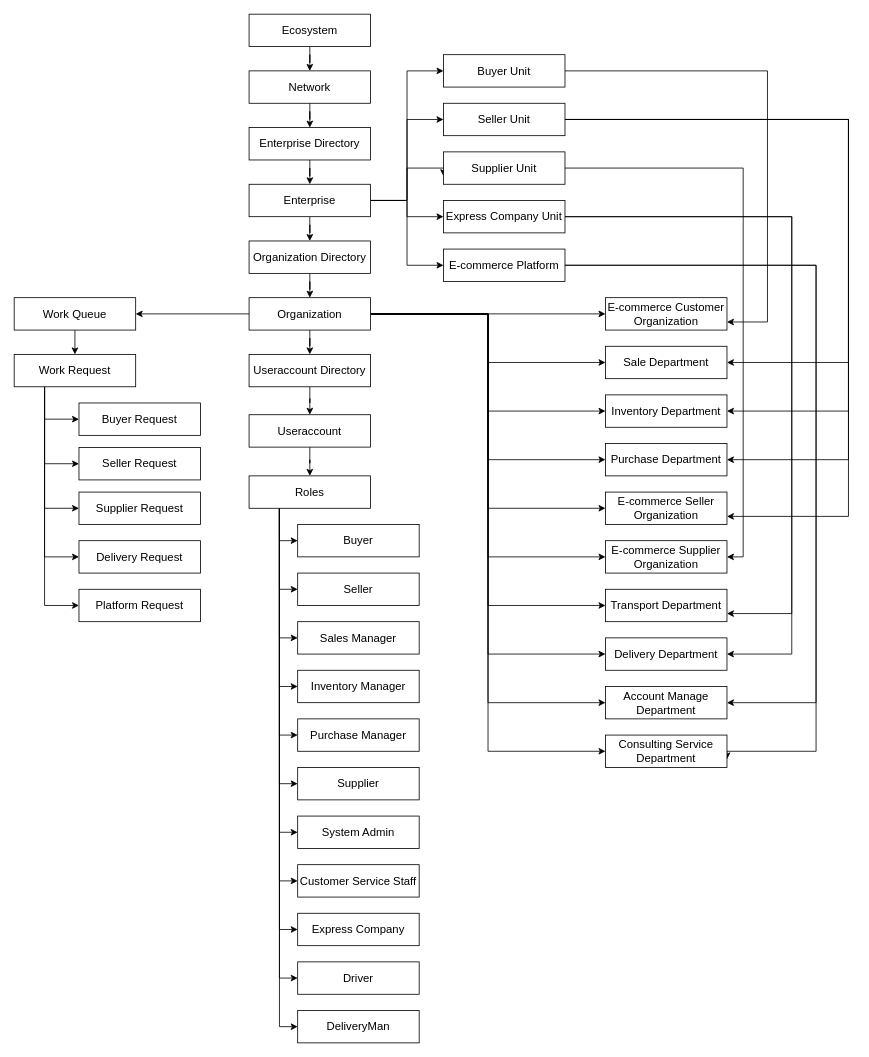
Above: finalDiagram.drawio in GavinZ183/FinalProject (draw.io), before the change. Source tidied: cells renumbered, new cells numbered last; positions are measured from the earlier drawing's top-left corner, leaving out a move shared by most shapes. Both pictures are drawn from the tidied source at 81%, with x=0, y=0 at pixel (14, 14).
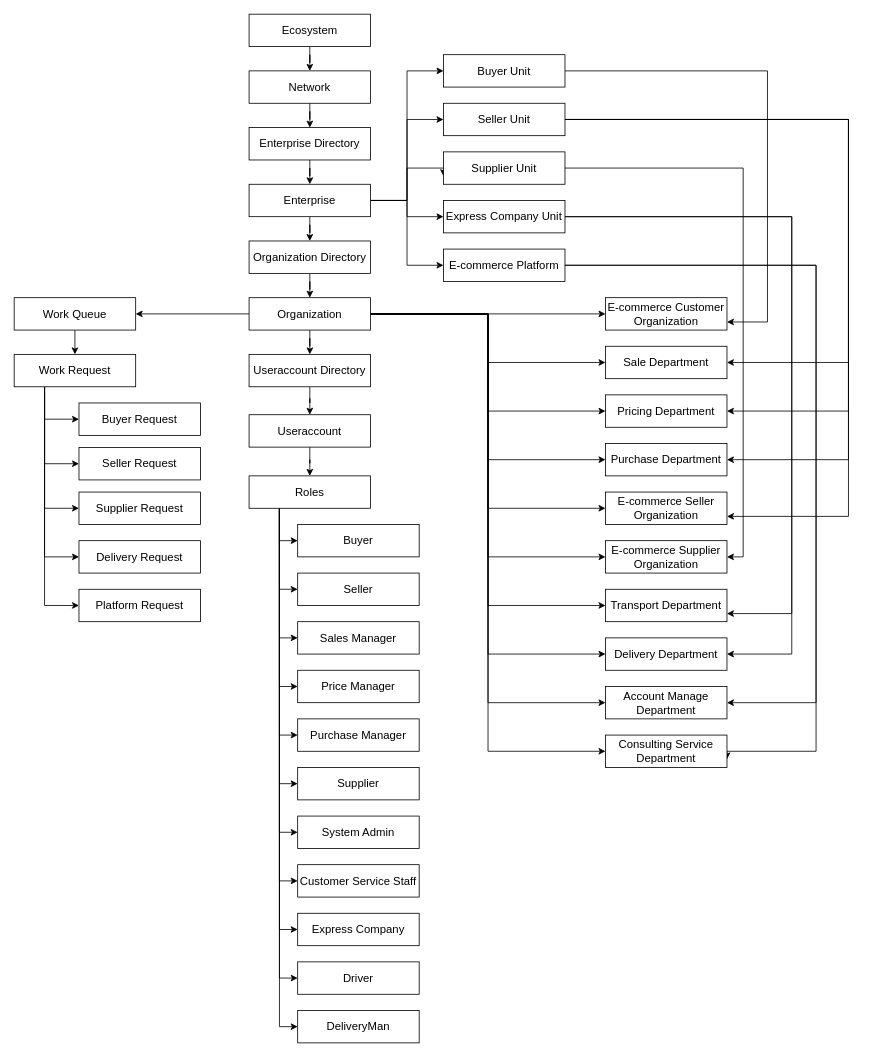
The same page after the edit.

Commit message (it also covers changes not shown here):
update ppt and diagram

Change to the diagram source:
```diff
@@
-    <mxCell id="51" value="&lt;font style=&quot;font-size: 14px&quot;&gt;Inventory Department&lt;br&gt;&lt;/font&gt;" style="rounded=0;whiteSpace=wrap;html=1;" parent="1" vertex="1">
+    <mxCell id="51" value="&lt;font style=&quot;font-size: 14px&quot;&gt;Pricing Department&lt;br&gt;&lt;/font&gt;" style="rounded=0;whiteSpace=wrap;html=1;" parent="1" vertex="1">
       <mxGeometry x="730" y="470" width="150" height="40" as="geometry" />
     </mxCell>
@@
-    <mxCell id="80" value="&lt;font style=&quot;font-size: 14px&quot;&gt;Inventory Manager&lt;br&gt;&lt;/font&gt;" style="rounded=0;whiteSpace=wrap;html=1;" parent="1" vertex="1">
+    <mxCell id="80" value="&lt;font style=&quot;font-size: 14px&quot;&gt;Price Manager&lt;br&gt;&lt;/font&gt;" style="rounded=0;whiteSpace=wrap;html=1;" parent="1" vertex="1">
       <mxGeometry x="350" y="810" width="150" height="40" as="geometry" />
     </mxCell>
@@
+    <mxCell id="95" parent="0" />
```
